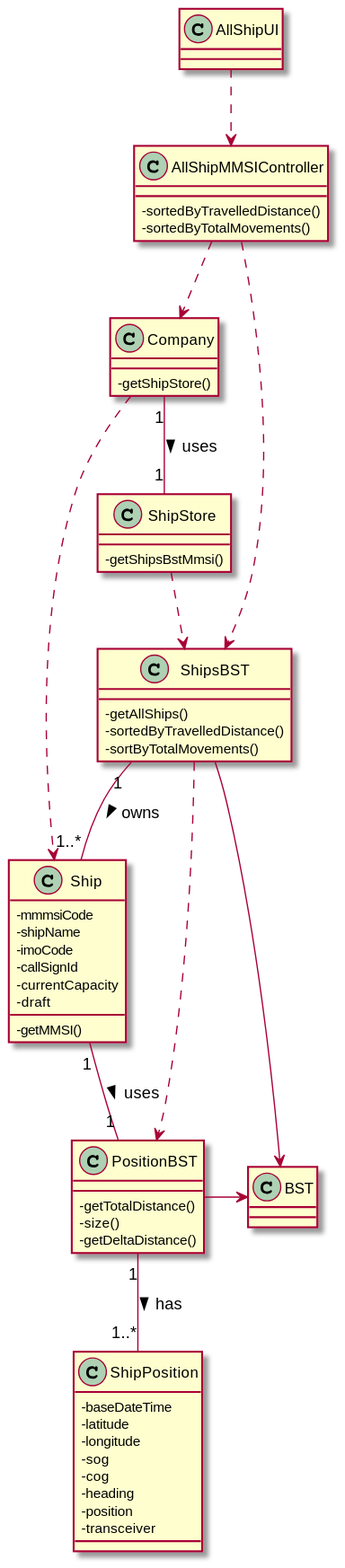
Above: docs/US105/US105_CD.svg in ana-albergaria/LAPR3-ISEP (PlantUML), before the change. Its diagram source:
```plantuml
@startuml

skinparam classAttributeIconSize 0


class Ship {
    -mmmsiCode
    -shipName
    -imoCode
    -callSignId
    -currentCapacity /'added by us'/
    -draft

    -getMMSI()
}

class ShipPosition {
    -baseDateTime
    -latitude
    -longitude
    -sog
    -cog
    -heading
    -position
    -transceiver
}

class ShipStore {
    -getShipsBstMmsi()
}


class AllShipUI {}

class AllShipMMSIController {
    -sortedByTravelledDistance()
    -sortedByTotalMovements()
}

class ShipsBST{
    -getAllShips()
    -sortedByTravelledDistance()
    -sortByTotalMovements()
}

class PositionBST{
    -getTotalDistance()
    -size()
    -getDeltaDistance()
}
class Company {
    -getShipStore()
}

class BST{}


Company "1" -- "1" ShipStore : uses >
ShipStore ..> ShipsBST
ShipsBST "1" -- "1..*" Ship : owns >
AllShipUI ..> AllShipMMSIController
AllShipMMSIController ..> ShipsBST
AllShipMMSIController ..> Company
ShipsBST -> BST
ShipsBST ..> PositionBST
PositionBST -> BST
Company ..> Ship
PositionBST "1" -- "1..*" ShipPosition : has >
Ship "1" -- "1" PositionBST : uses >


@enduml
```
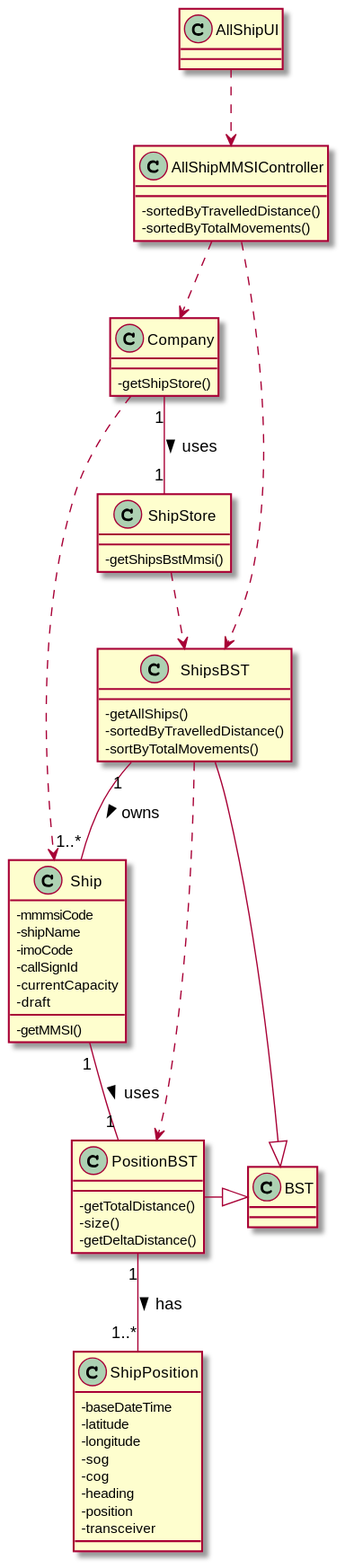
Above is the later version.

What changed in the source:
```diff
@@ -61,9 +61,9 @@
 AllShipUI ..> AllShipMMSIController
 AllShipMMSIController ..> ShipsBST
 AllShipMMSIController ..> Company
-ShipsBST -> BST
+ShipsBST -|> BST
 ShipsBST ..> PositionBST
-PositionBST -> BST
+PositionBST -|> BST
 Company ..> Ship
 PositionBST "1" -- "1..*" ShipPosition : has >
 Ship "1" -- "1" PositionBST : uses >
```
